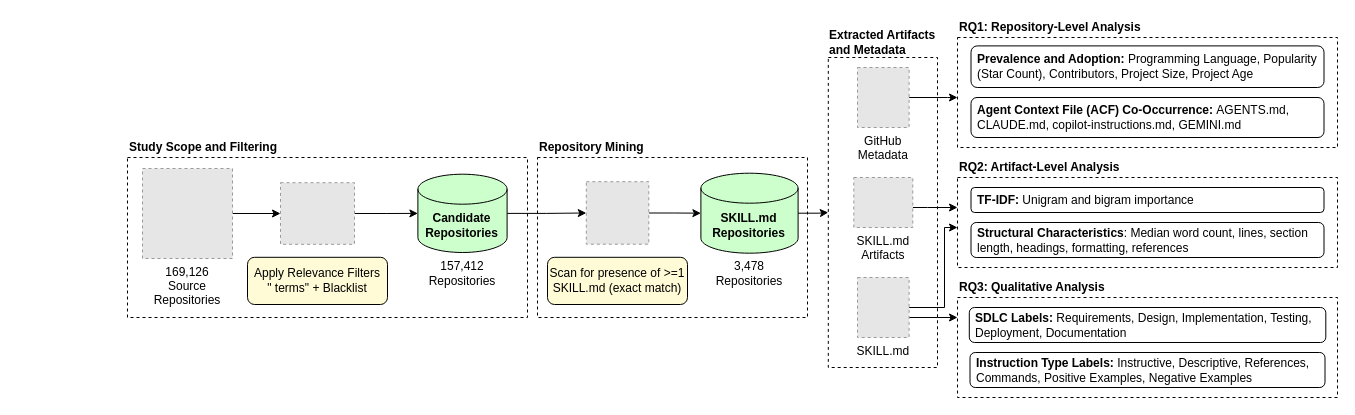
The draw.io diagram docs/pipeline.drawio in coreyyangsmith/msr-skills-md, before the edit. Source tidied: cells renumbered, new cells numbered last; positions are measured from the earlier drawing's top-left corner, leaving out a move shared by most shapes. Both pictures are drawn from the tidied source at 100%, with x=0, y=0 at pixel (127, 17). Pictures stored in the file or linked from it are replaced by grey dashed boxes.
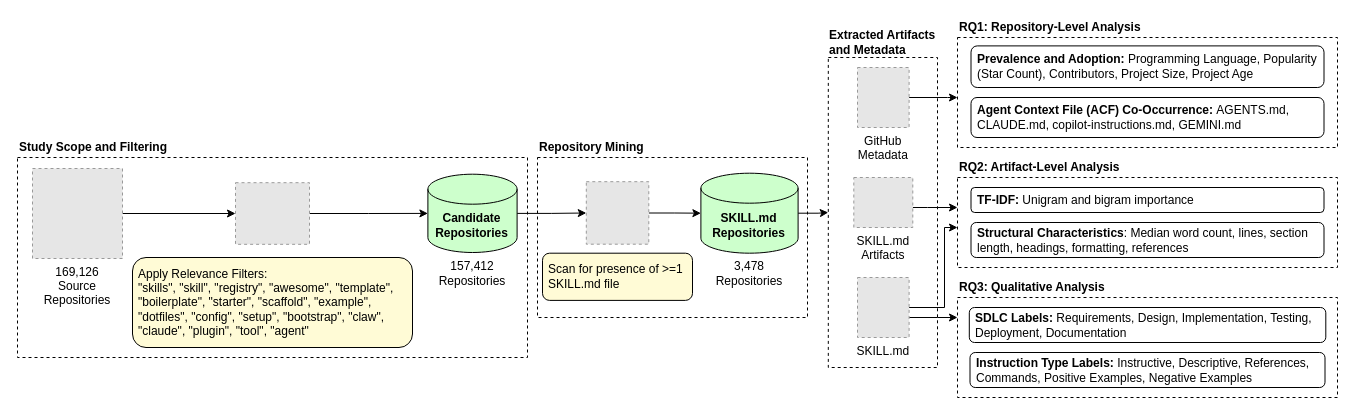
Above is the later version.

Commit message:
Update pipeline figure

What changed in the source:
```diff
@@
     <mxCell id="3" style="rounded=0;whiteSpace=wrap;html=1;dashed=1;" parent="1" vertex="1">
-      <mxGeometry y="140" width="400" height="160" as="geometry" />
+      <mxGeometry x="-110" y="140" width="510" height="200" as="geometry" />
     </mxCell>
@@
     <mxCell id="6" value="169,126&#10;Source&#10;Repositories" style="fillColor=#E6E6E6;strokeColor=#999999;dashed=1;verticalLabelPosition=bottom;labelBackgroundColor=default;verticalAlign=top;" parent="1" vertex="1">
-      <mxGeometry x="15" y="151" width="90" height="90" as="geometry" />
+      <mxGeometry x="-95" y="151" width="90" height="90" as="geometry" />
     </mxCell>
@@
     <mxCell id="19" value="Candidate&lt;div&gt;Repositories&lt;/div&gt;" style="shape=cylinder3;whiteSpace=wrap;html=1;boundedLbl=1;backgroundOutline=1;size=15;fillColor=#CDFFCC;fontStyle=1;" parent="1" vertex="1">
-      <mxGeometry x="290.4" y="156.7" width="89.2" height="78.3" as="geometry" />
+      <mxGeometry x="300.4" y="156.7" width="89.2" height="78.3" as="geometry" />
     </mxCell>
-    <mxCell id="20" value="Apply Relevance Filters&lt;div&gt;&quot; terms&quot; + Blacklist&lt;br&gt;&lt;/div&gt;" style="rounded=1;whiteSpace=wrap;html=1;fillColor=#FFFBD6;" parent="1" vertex="1">
-      <mxGeometry x="120" y="239.8" width="140" height="47.2" as="geometry" />
+    <mxCell id="20" value="Apply Relevance Filters:&lt;div&gt;&quot;skills&quot;, &quot;skill&quot;, &quot;registry&quot;, &quot;awesome&quot;, &quot;template&quot;, &quot;boilerplate&quot;, &quot;starter&quot;, &quot;scaffold&quot;, &quot;example&quot;, &quot;dotfiles&quot;, &quot;config&quot;, &quot;setup&quot;, &quot;bootstrap&quot;, &quot;claw&quot;, &quot;claude&quot;, &quot;plugin&quot;, &quot;tool&quot;, &quot;agent&quot;&lt;br&gt;&lt;/div&gt;" style="rounded=1;whiteSpace=wrap;html=1;fillColor=#FFFBD6;align=left;spacingLeft=4;" parent="1" vertex="1">
+      <mxGeometry x="5" y="240" width="280" height="90" as="geometry" />
     </mxCell>
@@
     <mxCell id="22" style="fillColor=#E6E6E6;strokeColor=#999999;dashed=1;verticalLabelPosition=bottom;labelBackgroundColor=default;verticalAlign=top;" parent="1" vertex="1">
-      <mxGeometry x="153" y="165.2" width="74" height="61.6" as="geometry" />
+      <mxGeometry x="108" y="165.2" width="74" height="61.6" as="geometry" />
     </mxCell>
@@
-    <mxCell id="28" value="&lt;div&gt;Scan for presence of &amp;gt;=1 SKILL.md (exact match)&lt;/div&gt;" style="rounded=1;whiteSpace=wrap;html=1;fillColor=#FFFBD6;" parent="1" vertex="1">
-      <mxGeometry x="420" y="239.8" width="140" height="47.2" as="geometry" />
+    <mxCell id="28" value="&lt;div&gt;Scan for presence of &amp;gt;=1 SKILL.md file&lt;/div&gt;" style="rounded=1;whiteSpace=wrap;html=1;fillColor=#FFFBD6;align=left;spacingLeft=4;" parent="1" vertex="1">
+      <mxGeometry x="415" y="235.7" width="150" height="47.2" as="geometry" />
     </mxCell>
@@
     <mxCell id="34" value="&lt;div&gt;157,412&lt;/div&gt;&lt;div&gt;Repositories&lt;/div&gt;" style="text;html=1;whiteSpace=wrap;strokeColor=none;fillColor=none;align=center;verticalAlign=middle;rounded=0;" parent="1" vertex="1">
-      <mxGeometry x="275" y="241" width="120" height="30" as="geometry" />
+      <mxGeometry x="285" y="241" width="120" height="30" as="geometry" />
     </mxCell>
@@
     <mxCell id="39" value="Study Scope and Filtering" style="text;html=1;whiteSpace=wrap;strokeColor=none;fillColor=none;align=left;verticalAlign=middle;rounded=0;fontStyle=1;fontSize=12;" parent="1" vertex="1">
-      <mxGeometry y="120" width="190.8" height="20" as="geometry" />
+      <mxGeometry x="-110" y="120" width="190.8" height="20" as="geometry" />
     </mxCell>
```
